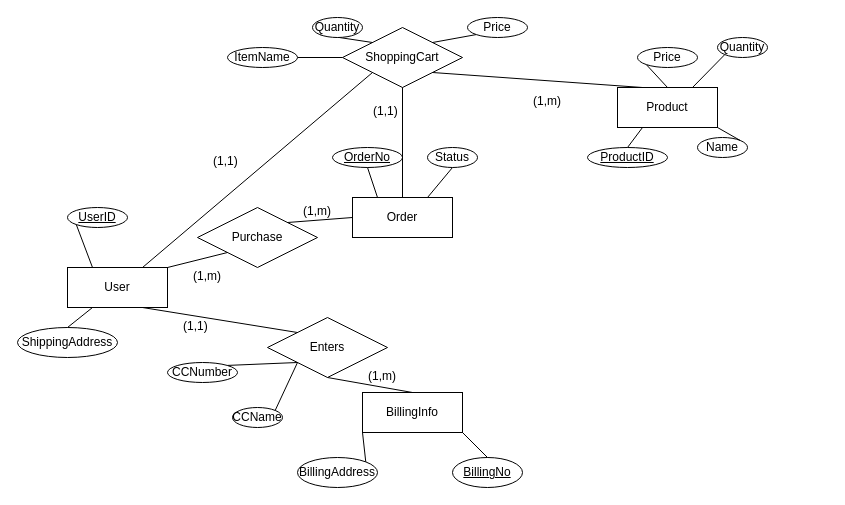
BradPohl/ecommerce-project keeps this draw.io diagram as 466Project.drawio. Above is the earlier version. Source tidied: cells renumbered, new cells numbered last; positions are measured from the earlier drawing's top-left corner, leaving out a move shared by most shapes. Both pictures are drawn from the tidied source at 100%, with x=0, y=0 at pixel (17, 17).
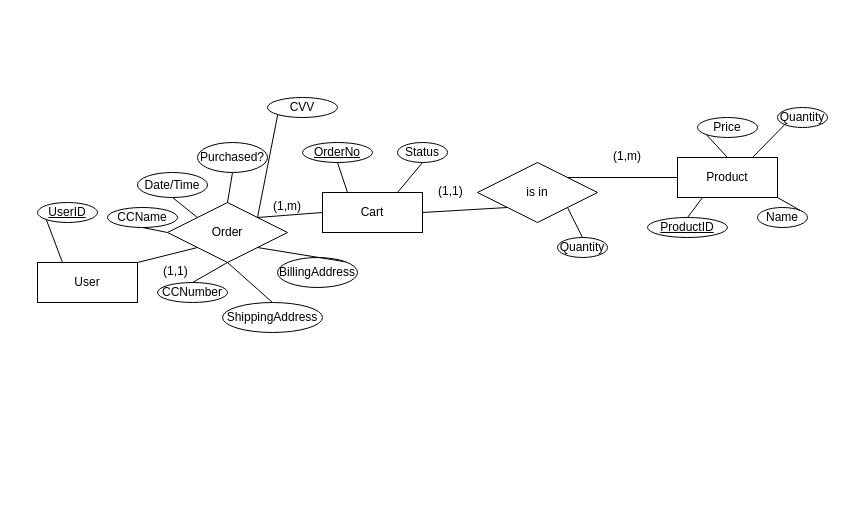
The same diagram, later.

Diff of the diagram source:
```diff
@@
-    <mxCell id="2" value="Order" style="whiteSpace=wrap;html=1;align=center;" parent="1" vertex="1">
-      <mxGeometry x="335" y="180" width="100" height="40" as="geometry" />
+    <mxCell id="2" value="Cart" style="whiteSpace=wrap;html=1;align=center;" parent="1" vertex="1">
+      <mxGeometry x="305" y="175" width="100" height="40" as="geometry" />
     </mxCell>
@@
     <mxCell id="4" value="Status" style="ellipse;whiteSpace=wrap;html=1;align=center;" parent="1" vertex="1">
-      <mxGeometry x="410" y="130" width="50" height="20" as="geometry" />
+      <mxGeometry x="380" y="125" width="50" height="20" as="geometry" />
     </mxCell>
-    <mxCell id="5" value="Purchase" style="shape=rhombus;perimeter=rhombusPerimeter;whiteSpace=wrap;html=1;align=center;" parent="1" vertex="1">
-      <mxGeometry x="180" y="190" width="120" height="60" as="geometry" />
+    <mxCell id="5" value="Order" style="shape=rhombus;perimeter=rhombusPerimeter;whiteSpace=wrap;html=1;align=center;" parent="1" vertex="1">
+      <mxGeometry x="150" y="185" width="120" height="60" as="geometry" />
     </mxCell>
@@
     <mxCell id="7" value="&lt;div&gt;User&lt;/div&gt;" style="whiteSpace=wrap;html=1;align=center;" parent="1" vertex="1">
-      <mxGeometry x="50" y="250" width="100" height="40" as="geometry" />
+      <mxGeometry x="20" y="245" width="100" height="40" as="geometry" />
     </mxCell>
@@
     <mxCell id="9" value="Product" style="whiteSpace=wrap;html=1;align=center;" parent="1" vertex="1">
-      <mxGeometry x="600" y="70" width="100" height="40" as="geometry" />
+      <mxGeometry x="660" y="140" width="100" height="40" as="geometry" />
     </mxCell>
@@
     <mxCell id="11" value="Price" style="ellipse;whiteSpace=wrap;html=1;align=center;" parent="1" vertex="1">
-      <mxGeometry x="620" y="30" width="60" height="20" as="geometry" />
+      <mxGeometry x="680" y="100" width="60" height="20" as="geometry" />
     </mxCell>
@@
     <mxCell id="13" value="Quantity" style="ellipse;whiteSpace=wrap;html=1;align=center;" parent="1" vertex="1">
-      <mxGeometry x="700" y="20" width="50" height="20" as="geometry" />
+      <mxGeometry x="760" y="90" width="50" height="20" as="geometry" />
     </mxCell>
     <mxCell id="14" value="Name" style="ellipse;whiteSpace=wrap;html=1;align=center;" parent="1" vertex="1">
-      <mxGeometry x="680" y="120" width="50" height="20" as="geometry" />
+      <mxGeometry x="740" y="190" width="50" height="20" as="geometry" />
     </mxCell>
@@
     <mxCell id="16" value="ProductID" style="ellipse;whiteSpace=wrap;html=1;align=center;fontStyle=4;" parent="1" vertex="1">
-      <mxGeometry x="570" y="130" width="80" height="20" as="geometry" />
+      <mxGeometry x="630" y="200" width="80" height="20" as="geometry" />
     </mxCell>
@@
     <mxCell id="18" value="OrderNo" style="ellipse;whiteSpace=wrap;html=1;align=center;fontStyle=4;" parent="1" vertex="1">
-      <mxGeometry x="315" y="130" width="70" height="20" as="geometry" />
+      <mxGeometry x="285" y="125" width="70" height="20" as="geometry" />
     </mxCell>
@@
     <mxCell id="20" value="UserID" style="ellipse;whiteSpace=wrap;html=1;align=center;fontStyle=4;" parent="1" vertex="1">
-      <mxGeometry x="50" y="190" width="60" height="20" as="geometry" />
+      <mxGeometry x="20" y="185" width="60" height="20" as="geometry" />
     </mxCell>
@@
-    <mxCell id="22" style="endArrow=none;html=1;rounded=0;entryX=0.75;entryY=1;entryDx=0;entryDy=0;exitX=0;exitY=0;exitDx=0;exitDy=0;" parent="1" edge="1" source="28" target="7">
-      <mxGeometry relative="1" as="geometry" />
-    </mxCell>
     <mxCell id="23" value="ShippingAddress" style="ellipse;whiteSpace=wrap;html=1;align=center;" parent="1" vertex="1">
-      <mxGeometry y="310" width="100" height="30" as="geometry" />
+      <mxGeometry x="205" y="285" width="100" height="30" as="geometry" />
     </mxCell>
-    <mxCell id="24" style="endArrow=none;html=1;rounded=0;exitX=0.25;exitY=1;exitDx=0;exitDy=0;entryX=0.5;entryY=0;entryDx=0;entryDy=0;" parent="1" edge="1" source="7" target="23">
+    <mxCell id="24" style="endArrow=none;html=1;rounded=0;exitX=0.5;exitY=1;exitDx=0;exitDy=0;entryX=0.5;entryY=0;entryDx=0;entryDy=0;" parent="1" edge="1" source="5" target="23">
       <mxGeometry relative="1" as="geometry" />
     </mxCell>
-    <mxCell id="25" value="(1,m)" style="text;strokeColor=none;fillColor=none;spacingLeft=4;spacingRight=4;overflow=hidden;fontSize=12;" parent="1" vertex="1">
-      <mxGeometry x="170" y="245" width="40" height="30" as="geometry" />
+    <mxCell id="25" value="(1,1)" style="text;strokeColor=none;fillColor=none;spacingLeft=4;spacingRight=4;overflow=hidden;fontSize=12;" parent="1" vertex="1">
+      <mxGeometry x="140" y="240" width="40" height="30" as="geometry" />
     </mxCell>
     <mxCell id="26" value="(1,m)" style="text;strokeColor=none;fillColor=none;spacingLeft=4;spacingRight=4;overflow=hidden;fontSize=12;" parent="1" vertex="1">
-      <mxGeometry x="280" y="180" width="40" height="30" as="geometry" />
+      <mxGeometry x="250" y="175" width="40" height="30" as="geometry" />
     </mxCell>
-    <mxCell id="27" value="BillingInfo" style="whiteSpace=wrap;html=1;align=center;" parent="1" vertex="1">
-      <mxGeometry x="345" y="375" width="100" height="40" as="geometry" />
-    </mxCell>
-    <mxCell id="28" value="Enters" style="shape=rhombus;perimeter=rhombusPerimeter;whiteSpace=wrap;html=1;align=center;" parent="1" vertex="1">
-      <mxGeometry x="250" y="300" width="120" height="60" as="geometry" />
-    </mxCell>
-    <mxCell id="29" style="endArrow=none;html=1;rounded=0;entryX=0.5;entryY=1;entryDx=0;entryDy=0;exitX=0.5;exitY=0;exitDx=0;exitDy=0;" parent="1" edge="1" source="27" target="28">
-      <mxGeometry relative="1" as="geometry" />
-    </mxCell>
-    <mxCell id="30" style="endArrow=none;html=1;rounded=0;entryX=0;entryY=1;entryDx=0;entryDy=0;exitX=1;exitY=0;exitDx=0;exitDy=0;" parent="1" edge="1" source="31" target="28">
-      <mxGeometry relative="1" as="geometry" />
-    </mxCell>
-    <mxCell id="31" value="CCNumber" style="ellipse;whiteSpace=wrap;html=1;align=center;" parent="1" vertex="1">
-      <mxGeometry x="150" y="345" width="70" height="20" as="geometry" />
-    </mxCell>
     <mxCell id="32" value="BillingAddress" style="ellipse;whiteSpace=wrap;html=1;align=center;" parent="1" vertex="1">
-      <mxGeometry x="280" y="440" width="80" height="30" as="geometry" />
+      <mxGeometry x="260" y="240" width="80" height="30" as="geometry" />
     </mxCell>
-    <mxCell id="33" style="endArrow=none;html=1;rounded=0;exitX=1;exitY=0;exitDx=0;exitDy=0;entryX=0;entryY=1;entryDx=0;entryDy=0;" parent="1" edge="1" source="32" target="27">
+    <mxCell id="33" style="endArrow=none;html=1;rounded=0;exitX=1;exitY=0;exitDx=0;exitDy=0;entryX=1;entryY=1;entryDx=0;entryDy=0;" parent="1" edge="1" source="32" target="5">
       <mxGeometry relative="1" as="geometry" />
     </mxCell>
-    <mxCell id="34" value="(1,m)" style="text;strokeColor=none;fillColor=none;spacingLeft=4;spacingRight=4;overflow=hidden;fontSize=12;" parent="1" vertex="1">
-      <mxGeometry x="345" y="345" width="40" height="30" as="geometry" />
-    </mxCell>
-    <mxCell id="35" value="(1,1)" style="text;strokeColor=none;fillColor=none;spacingLeft=4;spacingRight=4;overflow=hidden;fontSize=12;" parent="1" vertex="1">
-      <mxGeometry x="160" y="295" width="40" height="30" as="geometry" />
-    </mxCell>
-    <mxCell id="36" value="BillingNo" style="ellipse;whiteSpace=wrap;html=1;align=center;fontStyle=4;" parent="1" vertex="1">
-      <mxGeometry x="435" y="440" width="70" height="30" as="geometry" />
-    </mxCell>
-    <mxCell id="37" style="endArrow=none;html=1;rounded=0;exitX=1;exitY=1;exitDx=0;exitDy=0;entryX=0.5;entryY=0;entryDx=0;entryDy=0;" parent="1" edge="1" source="27" target="36">
-      <mxGeometry relative="1" as="geometry" />
-    </mxCell>
-    <mxCell id="38" value="CCName" style="ellipse;whiteSpace=wrap;html=1;align=center;" parent="1" vertex="1">
-      <mxGeometry x="215" y="390" width="50" height="20" as="geometry" />
-    </mxCell>
-    <mxCell id="39" style="endArrow=none;html=1;rounded=0;entryX=0;entryY=1;entryDx=0;entryDy=0;exitX=1;exitY=0;exitDx=0;exitDy=0;" parent="1" edge="1" source="38" target="28">
-      <mxGeometry relative="1" as="geometry" />
-    </mxCell>
-    <mxCell id="40" style="endArrow=none;html=1;rounded=0;exitX=0.75;exitY=0;exitDx=0;exitDy=0;entryX=0;entryY=1;entryDx=0;entryDy=0;" parent="1" edge="1" source="7" target="41">
-      <mxGeometry relative="1" as="geometry" />
-    </mxCell>
-    <mxCell id="41" value="ShoppingCart" style="shape=rhombus;perimeter=rhombusPerimeter;whiteSpace=wrap;html=1;align=center;" parent="1" vertex="1">
-      <mxGeometry x="325" y="10" width="120" height="60" as="geometry" />
+    <mxCell id="41" value="is in" style="shape=rhombus;perimeter=rhombusPerimeter;whiteSpace=wrap;html=1;align=center;" parent="1" vertex="1">
+      <mxGeometry x="460" y="145" width="120" height="60" as="geometry" />
     </mxCell>
-    <mxCell id="42" style="endArrow=none;html=1;rounded=0;exitX=1;exitY=1;exitDx=0;exitDy=0;entryX=0.25;entryY=0;entryDx=0;entryDy=0;" parent="1" edge="1" source="41" target="9">
+    <mxCell id="42" style="endArrow=none;html=1;rounded=0;exitX=1;exitY=0;exitDx=0;exitDy=0;entryX=0;entryY=0.5;entryDx=0;entryDy=0;" parent="1" edge="1" source="41" target="9">
       <mxGeometry relative="1" as="geometry" />
     </mxCell>
-    <mxCell id="43" style="endArrow=none;html=1;rounded=0;exitX=1;exitY=0;exitDx=0;exitDy=0;entryX=0;entryY=1;entryDx=0;entryDy=0;" parent="1" edge="1" source="41" target="44">
-      <mxGeometry relative="1" as="geometry" />
-    </mxCell>
-    <mxCell id="44" value="Price" style="ellipse;whiteSpace=wrap;html=1;align=center;" parent="1" vertex="1">
-      <mxGeometry x="450" width="60" height="20" as="geometry" />
-    </mxCell>
-    <mxCell id="45" style="endArrow=none;html=1;rounded=0;exitX=0;exitY=0;exitDx=0;exitDy=0;entryX=0;entryY=1;entryDx=0;entryDy=0;" parent="1" edge="1" source="41" target="46">
-      <mxGeometry relative="1" as="geometry" />
-    </mxCell>
     <mxCell id="46" value="Quantity" style="ellipse;whiteSpace=wrap;html=1;align=center;" parent="1" vertex="1">
-      <mxGeometry x="295" width="50" height="20" as="geometry" />
+      <mxGeometry x="540" y="220" width="50" height="20" as="geometry" />
     </mxCell>
-    <mxCell id="47" style="endArrow=none;html=1;rounded=0;entryX=0;entryY=0.5;entryDx=0;entryDy=0;exitX=1;exitY=0.5;exitDx=0;exitDy=0;" parent="1" edge="1" source="48" target="41">
-      <mxGeometry relative="1" as="geometry" />
-    </mxCell>
-    <mxCell id="48" value="ItemName" style="ellipse;whiteSpace=wrap;html=1;align=center;" parent="1" vertex="1">
-      <mxGeometry x="210" y="30" width="70" height="20" as="geometry" />
-    </mxCell>
     <mxCell id="49" value="(1,1)" style="text;strokeColor=none;fillColor=none;spacingLeft=4;spacingRight=4;overflow=hidden;fontSize=12;" parent="1" vertex="1">
-      <mxGeometry x="190" y="130" width="40" height="30" as="geometry" />
+      <mxGeometry x="415" y="160" width="40" height="30" as="geometry" />
     </mxCell>
     <mxCell id="50" value="(1,m)" style="text;strokeColor=none;fillColor=none;spacingLeft=4;spacingRight=4;overflow=hidden;fontSize=12;" parent="1" vertex="1">
-      <mxGeometry x="510" y="70" width="40" height="30" as="geometry" />
+      <mxGeometry x="590" y="125" width="40" height="30" as="geometry" />
     </mxCell>
-    <mxCell id="51" style="endArrow=none;html=1;rounded=0;entryX=0.5;entryY=0;entryDx=0;entryDy=0;exitX=0.5;exitY=1;exitDx=0;exitDy=0;" parent="1" edge="1" source="41" target="2">
+    <mxCell id="51" style="endArrow=none;html=1;rounded=0;entryX=1;entryY=0.5;entryDx=0;entryDy=0;exitX=0;exitY=1;exitDx=0;exitDy=0;" parent="1" edge="1" source="41" target="2">
       <mxGeometry relative="1" as="geometry" />
     </mxCell>
-    <mxCell id="52" value="(1,1)" style="text;strokeColor=none;fillColor=none;spacingLeft=4;spacingRight=4;overflow=hidden;fontSize=12;" parent="1" vertex="1">
-      <mxGeometry x="350" y="80" width="40" height="30" as="geometry" />
-    </mxCell>
+    <mxCell id="45" style="endArrow=none;html=1;rounded=0;exitX=1;exitY=1;exitDx=0;exitDy=0;entryX=0.5;entryY=0;entryDx=0;entryDy=0;" parent="1" edge="1" source="41" target="46">
+      <mxGeometry relative="1" as="geometry" />
+    </mxCell>
+    <mxCell id="53" style="endArrow=none;html=1;rounded=0;entryX=0;entryY=0;entryDx=0;entryDy=0;exitX=0.5;exitY=1;exitDx=0;exitDy=0;" parent="1" edge="1" source="54" target="5">
+      <mxGeometry relative="1" as="geometry" />
+    </mxCell>
+    <mxCell id="54" value="Date/Time" style="ellipse;whiteSpace=wrap;html=1;align=center;" parent="1" vertex="1">
+      <mxGeometry x="120" y="155" width="70" height="25" as="geometry" />
+    </mxCell>
+    <mxCell id="55" style="endArrow=none;html=1;rounded=0;exitX=0.5;exitY=0;exitDx=0;exitDy=0;entryX=0.5;entryY=1;entryDx=0;entryDy=0;" parent="1" edge="1" source="5" target="56">
+      <mxGeometry relative="1" as="geometry" />
+    </mxCell>
+    <mxCell id="56" value="Purchased?" style="ellipse;whiteSpace=wrap;html=1;align=center;" parent="1" vertex="1">
+      <mxGeometry x="180" y="125" width="70" height="30" as="geometry" />
+    </mxCell>
+    <mxCell id="57" style="endArrow=none;html=1;rounded=0;entryX=0;entryY=0.5;entryDx=0;entryDy=0;exitX=0.5;exitY=1;exitDx=0;exitDy=0;" parent="1" edge="1" source="38" target="5">
+      <mxGeometry relative="1" as="geometry" />
+    </mxCell>
+    <mxCell id="38" value="CCName" style="ellipse;whiteSpace=wrap;html=1;align=center;" parent="1" vertex="1">
+      <mxGeometry x="90" y="190" width="70" height="20" as="geometry" />
+    </mxCell>
+    <mxCell id="58" value="CVV" style="ellipse;whiteSpace=wrap;html=1;align=center;" parent="1" vertex="1">
+      <mxGeometry x="250" y="80" width="70" height="20" as="geometry" />
+    </mxCell>
+    <mxCell id="31" value="&lt;div&gt;CCNumber&lt;/div&gt;" style="ellipse;whiteSpace=wrap;html=1;align=center;" parent="1" vertex="1">
+      <mxGeometry x="140" y="265" width="70" height="20" as="geometry" />
+    </mxCell>
+    <mxCell id="59" style="endArrow=none;html=1;rounded=0;entryX=0;entryY=1;entryDx=0;entryDy=0;exitX=1;exitY=0;exitDx=0;exitDy=0;" parent="1" edge="1" source="5" target="58">
+      <mxGeometry relative="1" as="geometry" />
+    </mxCell>
+    <mxCell id="60" style="endArrow=none;html=1;rounded=0;entryX=0.5;entryY=1;entryDx=0;entryDy=0;exitX=0.5;exitY=0;exitDx=0;exitDy=0;" parent="1" edge="1" source="31" target="5">
+      <mxGeometry relative="1" as="geometry" />
+    </mxCell>
```
